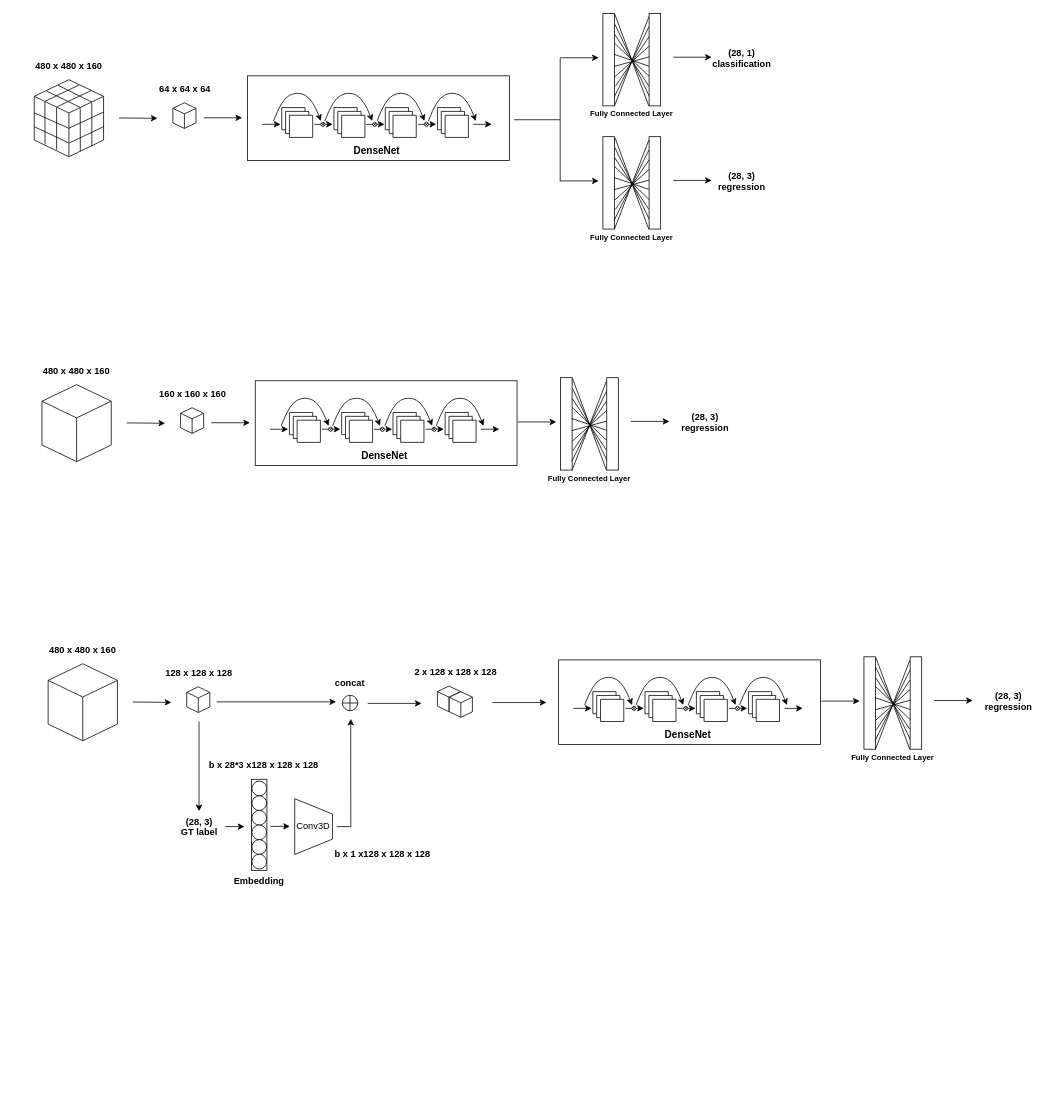
This is DenseNet_Patched.drawio from haughty-yeon/draw.io, a draw.io file, before an edit. Source tidied: cells renumbered, new cells numbered last; positions are measured from the earlier drawing's top-left corner, leaving out a move shared by most shapes. Both pictures are drawn from the tidied source at 77%, with x=0, y=0 at pixel (22, 13).
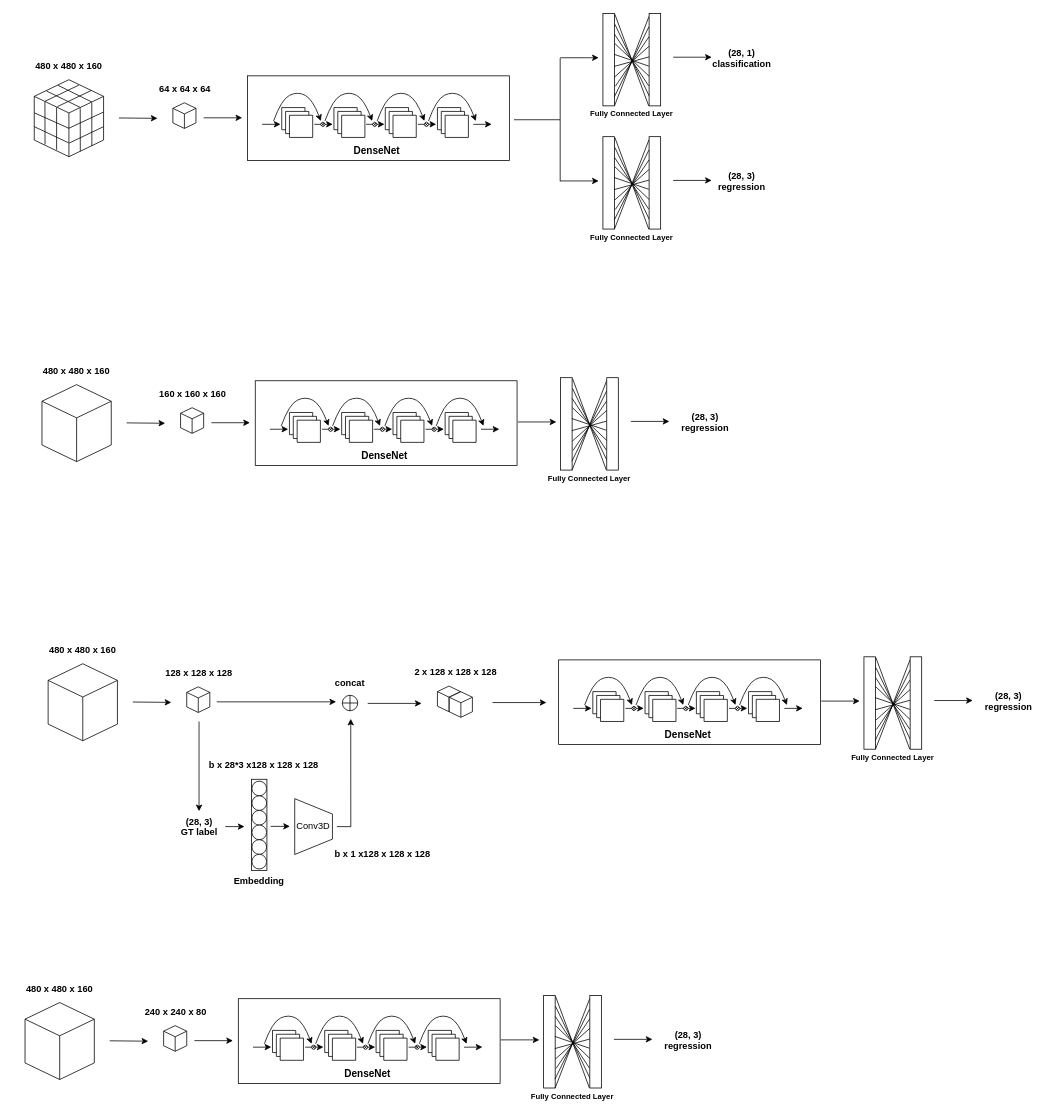
After the change.

Diff of the diagram source:
```diff
@@
+    <mxCell id="189" style="html=1;whiteSpace=wrap;shape=isoCube2;backgroundOutline=1;isoAngle=15;rounded=0;" parent="1" vertex="1">
+      <mxGeometry x="183" y="1314.5" width="30" height="33.3" as="geometry" />
+    </mxCell>
+    <mxCell id="190" style="endArrow=classic;html=1;rounded=0;" parent="1" edge="1">
+      <mxGeometry relative="1" as="geometry">
+        <mxPoint x="223" y="1334" as="sourcePoint" />
+        <mxPoint x="273" y="1334" as="targetPoint" />
+      </mxGeometry>
+    </mxCell>
+    <mxCell id="191" style="group;rounded=0;" parent="1" vertex="1">
+      <mxGeometry x="299" y="1299.5" width="330" height="90" as="geometry" />
+    </mxCell>
+    <mxCell id="192" style="rounded=0;whiteSpace=wrap;html=1;" parent="191" vertex="1">
+      <mxGeometry x="-19" y="-20" width="340" height="110" as="geometry" />
+    </mxCell>
+    <mxCell id="193" style="verticalLabelPosition=bottom;verticalAlign=top;html=1;shape=mxgraph.basic.layered_rect;dx=10;whiteSpace=wrap;flipV=1;flipH=1;rounded=0;" parent="191" vertex="1">
+      <mxGeometry x="25.4" y="21.2" width="40.2" height="38.8" as="geometry" />
+    </mxCell>
+    <mxCell id="194" style="verticalLabelPosition=bottom;verticalAlign=top;html=1;shape=mxgraph.basic.layered_rect;dx=10;whiteSpace=wrap;flipV=1;flipH=1;rounded=0;" parent="191" vertex="1">
+      <mxGeometry x="93.2" y="21.2" width="40.2" height="38.8" as="geometry" />
+    </mxCell>
+    <mxCell id="195" style="endArrow=classic;html=1;rounded=0;" parent="191" edge="1">
+      <mxGeometry relative="1" as="geometry">
+        <mxPoint x="67.8" y="43" as="sourcePoint" />
+        <mxPoint x="91.6" y="42.9" as="targetPoint" />
+      </mxGeometry>
+    </mxCell>
+    <mxCell id="196" style="curved=1;endArrow=classic;html=1;rounded=0;" parent="191" edge="1">
+      <mxGeometry relative="1" as="geometry">
+        <mxPoint x="81.5" y="38.6" as="sourcePoint" />
+        <mxPoint x="142.9" y="38.6" as="targetPoint" />
+        <Array as="points">
+          <mxPoint x="91.6" y="10.6" />
+          <mxPoint x="112.8" />
+          <mxPoint x="132.3" y="10.6" />
+        </Array>
+      </mxGeometry>
+    </mxCell>
+    <mxCell id="197" style="shape=orEllipse;perimeter=ellipsePerimeter;whiteSpace=wrap;html=1;backgroundOutline=1;rounded=0;rotation=45;" parent="191" vertex="1">
+      <mxGeometry x="76.2" y="40.4" width="5.3" height="5.3" as="geometry" />
+    </mxCell>
+    <mxCell id="198" style="curved=1;endArrow=classic;html=1;rounded=0;" parent="191" edge="1">
+      <mxGeometry relative="1" as="geometry">
+        <mxPoint x="14.8" y="38.6" as="sourcePoint" />
+        <mxPoint x="76.2" y="38.6" as="targetPoint" />
+        <Array as="points">
+          <mxPoint x="24.9" y="10.6" />
+          <mxPoint x="46.1" />
+          <mxPoint x="65.6" y="10.6" />
+        </Array>
+      </mxGeometry>
+    </mxCell>
+    <mxCell id="199" style="verticalLabelPosition=bottom;verticalAlign=top;html=1;shape=mxgraph.basic.layered_rect;dx=10;whiteSpace=wrap;flipV=1;flipH=1;rounded=0;" parent="191" vertex="1">
+      <mxGeometry x="159.9" y="21.2" width="40.2" height="38.8" as="geometry" />
+    </mxCell>
+    <mxCell id="200" style="verticalLabelPosition=bottom;verticalAlign=top;html=1;shape=mxgraph.basic.layered_rect;dx=10;whiteSpace=wrap;flipV=1;flipH=1;rounded=0;" parent="191" vertex="1">
+      <mxGeometry x="227.6" y="21.2" width="40.2" height="38.8" as="geometry" />
+    </mxCell>
+    <mxCell id="201" style="endArrow=classic;html=1;rounded=0;" parent="191" edge="1">
+      <mxGeometry relative="1" as="geometry">
+        <mxPoint x="202.2" y="43" as="sourcePoint" />
+        <mxPoint x="226" y="42.9" as="targetPoint" />
+      </mxGeometry>
+    </mxCell>
+    <mxCell id="202" style="curved=1;endArrow=classic;html=1;rounded=0;" parent="191" edge="1">
+      <mxGeometry relative="1" as="geometry">
+        <mxPoint x="216" y="38.6" as="sourcePoint" />
+        <mxPoint x="277.4" y="38.6" as="targetPoint" />
+        <Array as="points">
+          <mxPoint x="226" y="10.6" />
+          <mxPoint x="247.2" />
+          <mxPoint x="266.8" y="10.6" />
+        </Array>
+      </mxGeometry>
+    </mxCell>
+    <mxCell id="203" style="shape=orEllipse;perimeter=ellipsePerimeter;whiteSpace=wrap;html=1;backgroundOutline=1;rounded=0;rotation=45;" parent="191" vertex="1">
+      <mxGeometry x="210.7" y="40.4" width="5.3" height="5.3" as="geometry" />
+    </mxCell>
+    <mxCell id="204" style="curved=1;endArrow=classic;html=1;rounded=0;" parent="191" edge="1">
+      <mxGeometry relative="1" as="geometry">
+        <mxPoint x="149.3" y="38.6" as="sourcePoint" />
+        <mxPoint x="210.7" y="38.6" as="targetPoint" />
+        <Array as="points">
+          <mxPoint x="159.3" y="10.6" />
+          <mxPoint x="180.5" />
+          <mxPoint x="200.1" y="10.6" />
+        </Array>
+      </mxGeometry>
+    </mxCell>
+    <mxCell id="205" style="endArrow=classic;html=1;rounded=0;" parent="191" edge="1">
+      <mxGeometry relative="1" as="geometry">
+        <mxPoint x="135" y="43" as="sourcePoint" />
+        <mxPoint x="158.8" y="42.9" as="targetPoint" />
+      </mxGeometry>
+    </mxCell>
+    <mxCell id="206" style="shape=orEllipse;perimeter=ellipsePerimeter;whiteSpace=wrap;html=1;backgroundOutline=1;rounded=0;rotation=45;" parent="191" vertex="1">
+      <mxGeometry x="143.5" y="40.4" width="5.3" height="5.3" as="geometry" />
+    </mxCell>
+    <mxCell id="207" style="endArrow=classic;html=1;rounded=0;" parent="191" edge="1">
+      <mxGeometry relative="1" as="geometry">
+        <mxPoint y="43" as="sourcePoint" />
+        <mxPoint x="23.8" y="42.9" as="targetPoint" />
+      </mxGeometry>
+    </mxCell>
+    <mxCell id="208" style="endArrow=classic;html=1;rounded=0;" parent="191" edge="1">
+      <mxGeometry relative="1" as="geometry">
+        <mxPoint x="274.2" y="43" as="sourcePoint" />
+        <mxPoint x="298" y="42.9" as="targetPoint" />
+      </mxGeometry>
+    </mxCell>
+    <mxCell id="209" style="endArrow=classic;html=1;rounded=0;" parent="1" edge="1">
+      <mxGeometry relative="1" as="geometry">
+        <mxPoint x="621" y="1333" as="sourcePoint" />
+        <mxPoint x="671" y="1333" as="targetPoint" />
+      </mxGeometry>
+    </mxCell>
+    <mxCell id="210" value="240 x 240 x 80" style="swimlane;fontStyle=1;horizontal=1;startSize=26;strokeColor=none;opacity=0;" parent="1" vertex="1">
+      <mxGeometry x="151.5" y="1286.5" width="95" height="20" as="geometry" />
+    </mxCell>
+    <mxCell id="211" value="480 x 480 x 160" style="swimlane;fontStyle=1;horizontal=1;startSize=26;strokeColor=none;opacity=0;" parent="1" vertex="1">
+      <mxGeometry x="-12" y="1256" width="120" height="20" as="geometry" />
+    </mxCell>
+    <mxCell id="212" value="(28, 3)&#10;regression" style="swimlane;fontStyle=1;horizontal=1;startSize=26;strokeColor=none;opacity=0;" parent="1" vertex="1">
+      <mxGeometry x="823" y="1323" width="83" height="20" as="geometry" />
+    </mxCell>
+    <mxCell id="213" style="endArrow=classic;html=1;rounded=0;" parent="1" edge="1">
+      <mxGeometry relative="1" as="geometry">
+        <mxPoint x="767.8" y="1332.3" as="sourcePoint" />
+        <mxPoint x="817.8" y="1332.3" as="targetPoint" />
+      </mxGeometry>
+    </mxCell>
+    <mxCell id="214" style="endArrow=classic;html=1;rounded=0;" parent="1" edge="1">
+      <mxGeometry relative="1" as="geometry">
+        <mxPoint x="113" y="1334.2" as="sourcePoint" />
+        <mxPoint x="163" y="1334.7" as="targetPoint" />
+      </mxGeometry>
+    </mxCell>
+    <mxCell id="215" style="group;" parent="1" vertex="1">
+      <mxGeometry x="3" y="1284.5" width="90" height="100" as="geometry" />
+    </mxCell>
+    <mxCell id="216" style="html=1;whiteSpace=wrap;shape=isoCube2;backgroundOutline=1;isoAngle=15;rounded=0;" parent="215" vertex="1">
+      <mxGeometry width="90" height="100" as="geometry" />
+    </mxCell>
+    <mxCell id="217" value="DenseNet" style="swimlane;fontStyle=1;horizontal=1;startSize=26;strokeColor=none;opacity=0;fontSize=13;" parent="1" vertex="1">
+      <mxGeometry x="403.1" y="1366.5" width="90" height="20" as="geometry" />
+    </mxCell>
+    <mxCell id="218" style="group;" parent="1" vertex="1">
+      <mxGeometry x="676.5" y="1275.5" width="75" height="120" as="geometry" />
+    </mxCell>
+    <mxCell id="219" style="rounded=0;whiteSpace=wrap;html=1;rotation=90;" parent="218" vertex="1">
+      <mxGeometry x="-52.5" y="52.5" width="120" height="15" as="geometry" />
+    </mxCell>
+    <mxCell id="220" style="endArrow=none;html=1;entryX=0.032;entryY=1.007;entryDx=0;entryDy=0;entryPerimeter=0;exitX=1;exitY=0;exitDx=0;exitDy=0;" parent="218" edge="1" source="219" target="230">
+      <mxGeometry relative="1" as="geometry" />
+    </mxCell>
+    <mxCell id="221" style="endArrow=none;html=1;entryX=0.142;entryY=1.007;entryDx=0;entryDy=0;entryPerimeter=0;exitX=0.904;exitY=0.02;exitDx=0;exitDy=0;exitPerimeter=0;" parent="218" edge="1" source="219" target="230">
+      <mxGeometry relative="1" as="geometry" />
+    </mxCell>
+    <mxCell id="222" style="endArrow=none;html=1;entryX=0.25;entryY=1;entryDx=0;entryDy=0;exitX=0.788;exitY=-0.14;exitDx=0;exitDy=0;exitPerimeter=0;" parent="218" edge="1" target="230">
+      <mxGeometry relative="1" as="geometry">
+        <mxPoint x="16.1" y="94.6" as="sourcePoint" />
+      </mxGeometry>
+    </mxCell>
+    <mxCell id="223" style="endArrow=none;html=1;entryX=0.352;entryY=0.98;entryDx=0;entryDy=0;entryPerimeter=0;exitX=0.687;exitY=-0.015;exitDx=0;exitDy=0;exitPerimeter=0;" parent="218" edge="1" source="219" target="230">
+      <mxGeometry relative="1" as="geometry" />
+    </mxCell>
+    <mxCell id="224" style="endArrow=none;html=1;exitX=0.568;exitY=-0.078;exitDx=0;exitDy=0;exitPerimeter=0;entryX=0.47;entryY=1.005;entryDx=0;entryDy=0;entryPerimeter=0;" parent="218" edge="1" target="230">
+      <mxGeometry relative="1" as="geometry">
+        <mxPoint x="14.5" y="68.8" as="sourcePoint" />
+      </mxGeometry>
+    </mxCell>
+    <mxCell id="225" style="endArrow=none;html=1;entryX=0.032;entryY=1.007;entryDx=0;entryDy=0;entryPerimeter=0;exitX=1;exitY=0;exitDx=0;exitDy=0;" parent="218" edge="1">
+      <mxGeometry relative="1" as="geometry">
+        <mxPoint x="15.5" y="1" as="sourcePoint" />
+        <mxPoint x="59.5" y="120" as="targetPoint" />
+      </mxGeometry>
+    </mxCell>
+    <mxCell id="226" style="endArrow=none;html=1;entryX=0.142;entryY=1.007;entryDx=0;entryDy=0;entryPerimeter=0;exitX=0.904;exitY=0.02;exitDx=0;exitDy=0;exitPerimeter=0;" parent="218" edge="1">
+      <mxGeometry relative="1" as="geometry">
+        <mxPoint x="15.5" y="14" as="sourcePoint" />
+        <mxPoint x="60.5" y="108" as="targetPoint" />
+      </mxGeometry>
+    </mxCell>
+    <mxCell id="227" style="endArrow=none;html=1;entryX=0.25;entryY=1;entryDx=0;entryDy=0;exitX=0.788;exitY=-0.14;exitDx=0;exitDy=0;exitPerimeter=0;" parent="218" edge="1">
+      <mxGeometry relative="1" as="geometry">
+        <mxPoint x="15.1" y="27" as="sourcePoint" />
+        <mxPoint x="59.5" y="94.1" as="targetPoint" />
+      </mxGeometry>
+    </mxCell>
+    <mxCell id="228" style="endArrow=none;html=1;entryX=0.352;entryY=0.98;entryDx=0;entryDy=0;entryPerimeter=0;exitX=0.687;exitY=-0.015;exitDx=0;exitDy=0;exitPerimeter=0;" parent="218" edge="1">
+      <mxGeometry relative="1" as="geometry">
+        <mxPoint x="15.5" y="39" as="sourcePoint" />
+        <mxPoint x="60.5" y="82" as="targetPoint" />
+      </mxGeometry>
+    </mxCell>
+    <mxCell id="229" style="endArrow=none;html=1;exitX=0.568;exitY=-0.078;exitDx=0;exitDy=0;exitPerimeter=0;entryX=0.47;entryY=1.005;entryDx=0;entryDy=0;entryPerimeter=0;" parent="218" edge="1">
+      <mxGeometry relative="1" as="geometry">
+        <mxPoint x="14.5" y="53" as="sourcePoint" />
+        <mxPoint x="59.5" y="68.3" as="targetPoint" />
+      </mxGeometry>
+    </mxCell>
+    <mxCell id="230" style="rounded=0;whiteSpace=wrap;html=1;rotation=90;" parent="218" vertex="1">
+      <mxGeometry x="7.5" y="52.5" width="120" height="15" as="geometry" />
+    </mxCell>
+    <mxCell id="231" value="Fully Connected Layer" style="swimlane;fontStyle=1;horizontal=1;startSize=26;strokeColor=none;opacity=0;fontSize=10;" parent="1" vertex="1">
+      <mxGeometry x="632.1" y="1396.5" width="163.8" height="20" as="geometry" />
+    </mxCell>
```
